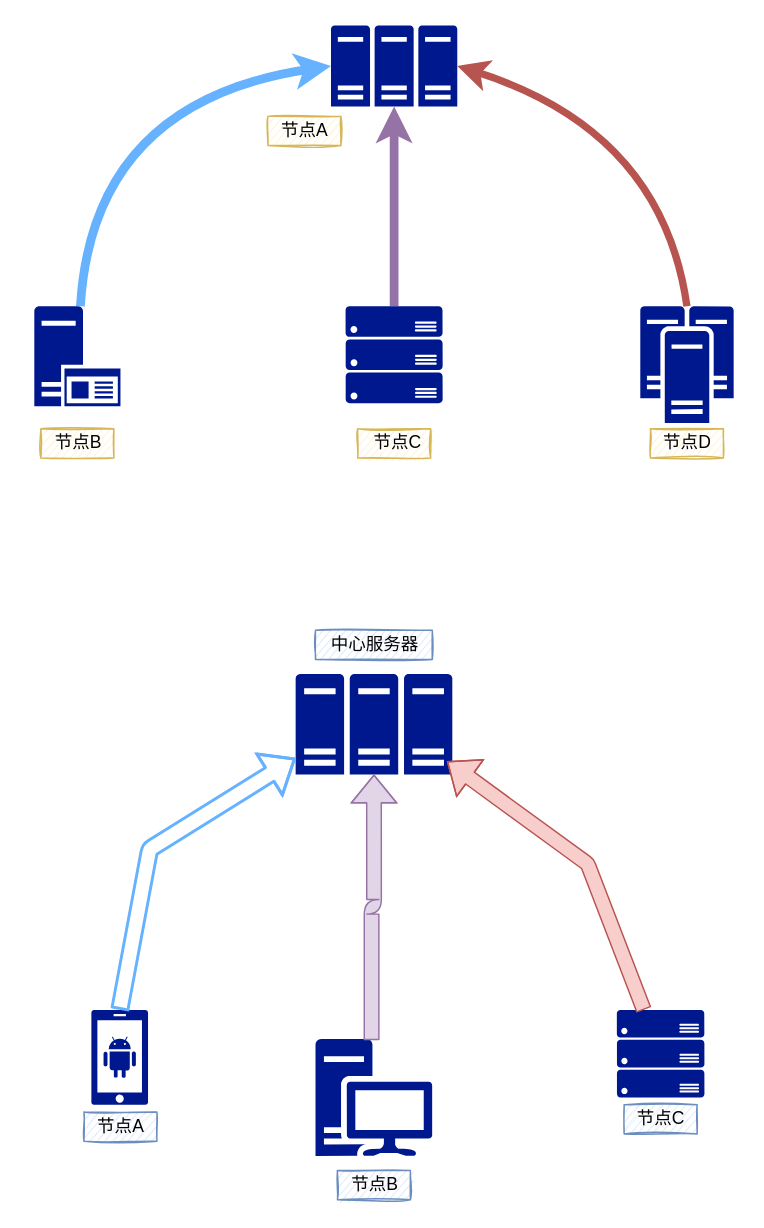
iaak/hello-world keeps this draw.io diagram as FDA缺点.drawio. Above is the earlier version. Source tidied: cells renumbered, new cells numbered last; positions are measured from the earlier drawing's top-left corner, leaving out a move shared by most shapes. Both pictures are drawn from the tidied source at 146%, with x=0, y=0 at pixel (34, 25).
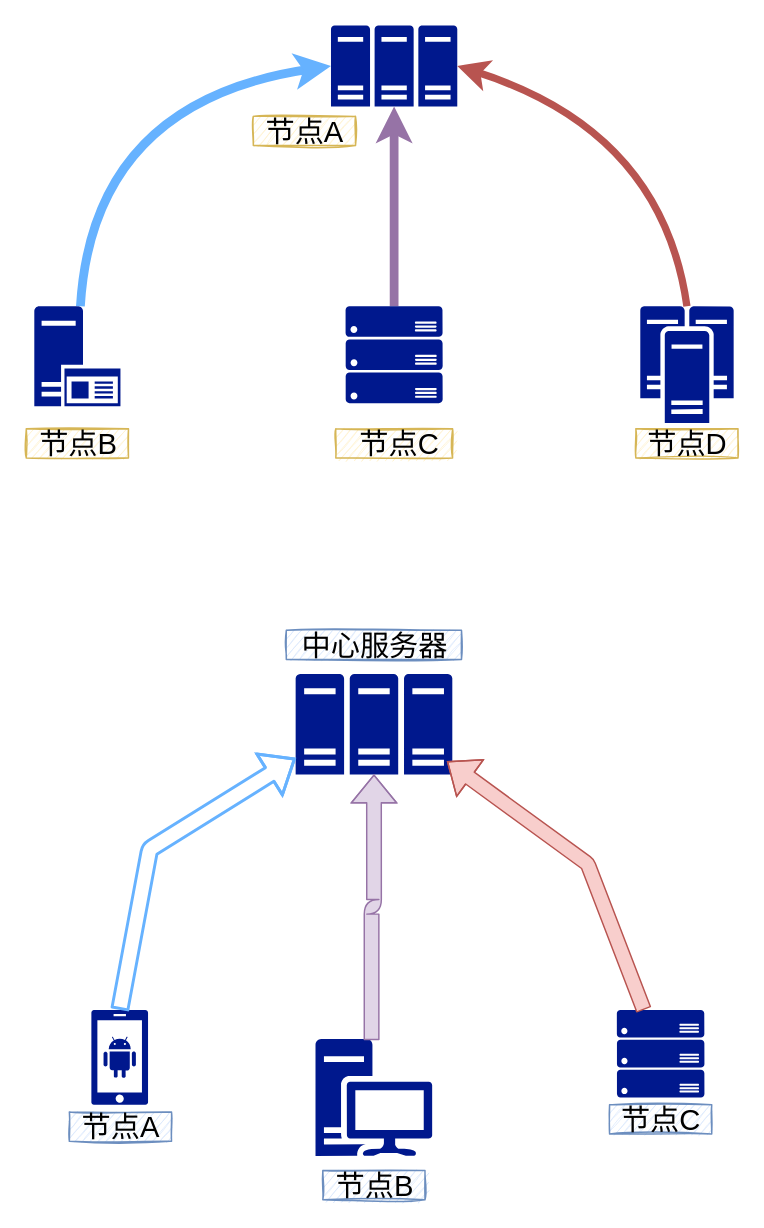
The same diagram, later.

The edit, as a diff of the source:
```diff
@@
-    <mxCell id="9" value="节点A" style="text;html=1;align=center;verticalAlign=middle;fillColor=#fff2cc;strokeColor=#d6b656;sketch=1;" parent="1" vertex="1">
-      <mxGeometry x="160" y="62.2" width="50" height="20" as="geometry" />
+    <mxCell id="9" value="&lt;font style=&quot;font-size: 20px&quot;&gt;节点A&lt;/font&gt;" style="text;html=1;align=center;verticalAlign=middle;fillColor=#fff2cc;strokeColor=#d6b656;sketch=1;" parent="1" vertex="1">
+      <mxGeometry x="150" y="62.2" width="70" height="20" as="geometry" />
     </mxCell>
-    <mxCell id="10" value="节点B" style="text;html=1;align=center;verticalAlign=middle;fillColor=#fff2cc;strokeColor=#d6b656;sketch=1;" parent="1" vertex="1">
-      <mxGeometry x="4.5" y="276.2" width="50" height="20" as="geometry" />
+    <mxCell id="10" value="&lt;font style=&quot;font-size: 20px&quot;&gt;节点B&lt;/font&gt;" style="text;html=1;align=center;verticalAlign=middle;fillColor=#fff2cc;strokeColor=#d6b656;sketch=1;" parent="1" vertex="1">
+      <mxGeometry x="-5.5" y="276.2" width="70" height="20" as="geometry" />
     </mxCell>
-    <mxCell id="11" value="&amp;nbsp;节点C" style="text;html=1;align=center;verticalAlign=middle;fillColor=#fff2cc;strokeColor=#d6b656;sketch=1;" parent="1" vertex="1">
-      <mxGeometry x="221.5" y="276.2" width="50" height="20" as="geometry" />
+    <mxCell id="11" value="&lt;font style=&quot;font-size: 20px&quot;&gt;&amp;nbsp;节点C&lt;/font&gt;" style="text;html=1;align=center;verticalAlign=middle;fillColor=#fff2cc;strokeColor=#d6b656;sketch=1;" parent="1" vertex="1">
+      <mxGeometry x="206.5" y="276.2" width="80" height="20" as="geometry" />
     </mxCell>
-    <mxCell id="12" value="节点D" style="text;html=1;align=center;verticalAlign=middle;fillColor=#fff2cc;strokeColor=#d6b656;sketch=1;" parent="1" vertex="1">
-      <mxGeometry x="422" y="276.2" width="50" height="20" as="geometry" />
+    <mxCell id="12" value="&lt;font style=&quot;font-size: 20px&quot;&gt;节点D&lt;/font&gt;" style="text;html=1;align=center;verticalAlign=middle;fillColor=#fff2cc;strokeColor=#d6b656;sketch=1;" parent="1" vertex="1">
+      <mxGeometry x="412" y="276.2" width="70" height="20" as="geometry" />
     </mxCell>
@@
-    <mxCell id="20" value="中心服务器" style="text;html=1;align=center;verticalAlign=middle;fillColor=#dae8fc;strokeColor=#6c8ebf;sketch=1;" parent="1" vertex="1">
-      <mxGeometry x="192.6" y="414.2" width="80" height="20" as="geometry" />
+    <mxCell id="20" value="&lt;font style=&quot;font-size: 20px&quot;&gt;中心服务器&lt;/font&gt;" style="text;html=1;align=center;verticalAlign=middle;fillColor=#dae8fc;strokeColor=#6c8ebf;sketch=1;" parent="1" vertex="1">
+      <mxGeometry x="172.6" y="414.2" width="120" height="20" as="geometry" />
     </mxCell>
-    <mxCell id="21" value="节点A" style="text;html=1;align=center;verticalAlign=middle;fillColor=#dae8fc;strokeColor=#6c8ebf;sketch=1;" parent="1" vertex="1">
-      <mxGeometry x="34" y="744.2" width="50" height="20" as="geometry" />
+    <mxCell id="21" value="&lt;font style=&quot;font-size: 20px&quot;&gt;节点A&lt;/font&gt;" style="text;html=1;align=center;verticalAlign=middle;fillColor=#dae8fc;strokeColor=#6c8ebf;sketch=1;" parent="1" vertex="1">
+      <mxGeometry x="24" y="744.2" width="70" height="20" as="geometry" />
     </mxCell>
-    <mxCell id="22" value="节点B" style="text;html=1;align=center;verticalAlign=middle;fillColor=#dae8fc;strokeColor=#6c8ebf;sketch=1;" parent="1" vertex="1">
-      <mxGeometry x="207.6" y="784.2" width="50" height="20" as="geometry" />
+    <mxCell id="22" value="&lt;font style=&quot;font-size: 20px&quot;&gt;节点B&lt;/font&gt;" style="text;html=1;align=center;verticalAlign=middle;fillColor=#dae8fc;strokeColor=#6c8ebf;sketch=1;" parent="1" vertex="1">
+      <mxGeometry x="197.6" y="784.2" width="70" height="20" as="geometry" />
     </mxCell>
-    <mxCell id="23" value="节点C" style="text;html=1;align=center;verticalAlign=middle;fillColor=#dae8fc;strokeColor=#6c8ebf;sketch=1;" parent="1" vertex="1">
-      <mxGeometry x="404" y="739.2" width="50" height="20" as="geometry" />
+    <mxCell id="23" value="&lt;font style=&quot;font-size: 20px&quot;&gt;节点C&lt;/font&gt;" style="text;html=1;align=center;verticalAlign=middle;fillColor=#dae8fc;strokeColor=#6c8ebf;sketch=1;" parent="1" vertex="1">
+      <mxGeometry x="394" y="739.2" width="70" height="20" as="geometry" />
     </mxCell>
```
